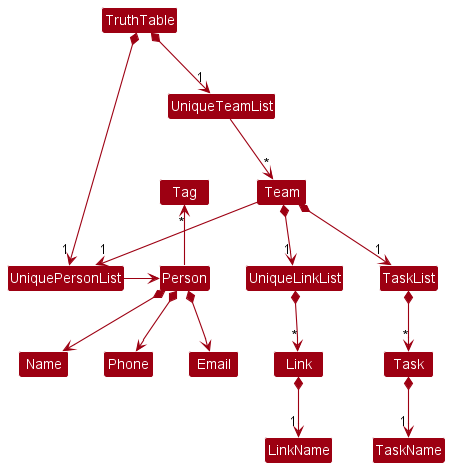
Above: docs/images/BetterModelClassDiagram.png in nus-cs2103-AY2223S1/tp (PlantUML), before the change.
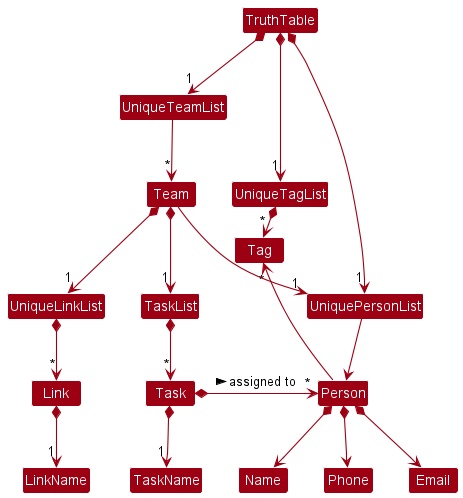
Above is the later version.

Commit message:
Re-export BetterModelClassDiagram

Change to the diagram source:
```diff
@@ -5,6 +5,11 @@
 skinparam classBackgroundColor MODEL_COLOR
 
 TruthTable *-right-> "1" UniquePersonList
+TruthTable *-right-> "1" UniqueTagList
+UniqueTagList -[hidden]down- UniquePersonList
+UniqueTagList -[hidden]down- UniquePersonList
+
+UniqueTagList *-right-> "*" Tag
 UniquePersonList -right-> Person
 
 Person -up-> "*" Tag
@@ -22,5 +27,6 @@
 TaskList *-down-> "*" Task
 UniqueLinkList *-down-> "*" Link
 Task *-down-> "1" TaskName
+Task *-right-> "*" Person : assigned to >
 Link *-down-> "1" LinkName
 @enduml
```
